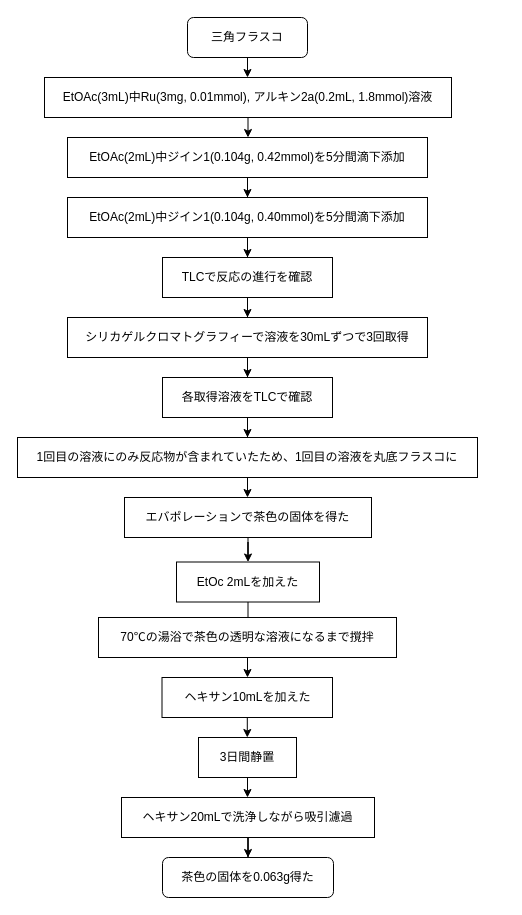
yutteee/latex keeps this draw.io diagram as 化学生命工学実験3/有機化学実験/山本研/data/flowchart.drawio. Above is the earlier version. Source tidied: cells renumbered, new cells numbered last; positions are measured from the earlier drawing's top-left corner, leaving out a move shared by most shapes. Both pictures are drawn from the tidied source at 100%, with x=0, y=0 at pixel (17, 17).
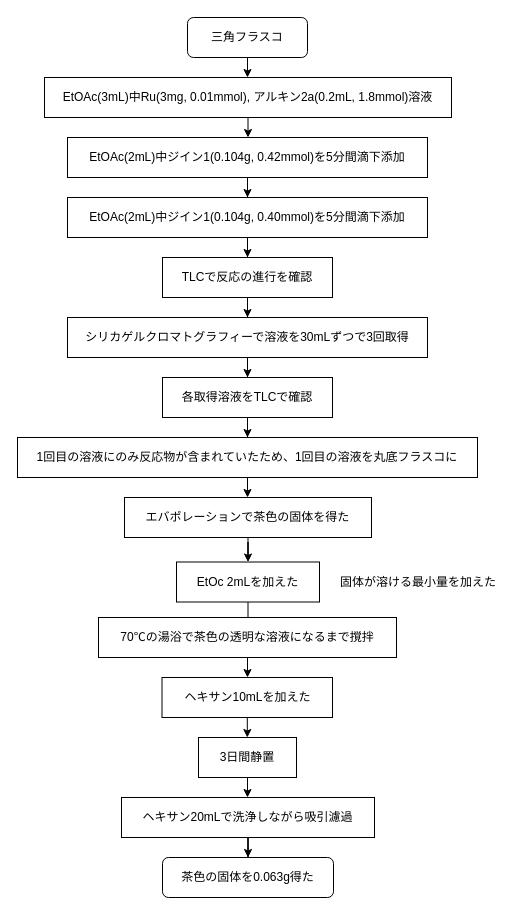
After the change.

The edit, as a diff of the source:
```diff
@@
+    <mxCell id="32" value="固体が溶ける最小量を加えた" style="text;html=1;strokeColor=none;fillColor=none;align=center;verticalAlign=middle;whiteSpace=wrap;rounded=0;" parent="1" vertex="1">
+      <mxGeometry x="315" y="550" width="172" height="30" as="geometry" />
+    </mxCell>
```
